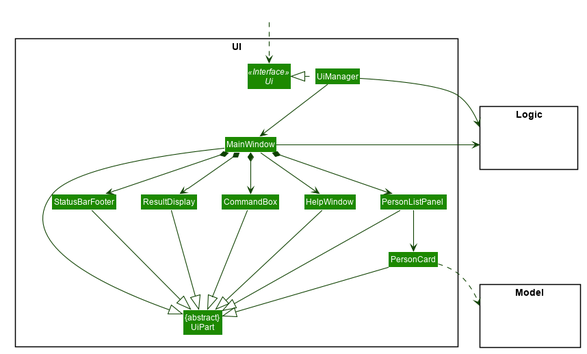
Earlier version of the PlantUML export docs/images/UiClassDiagram.png (nus-cs2103-AY1920S2/addressbook-level3).
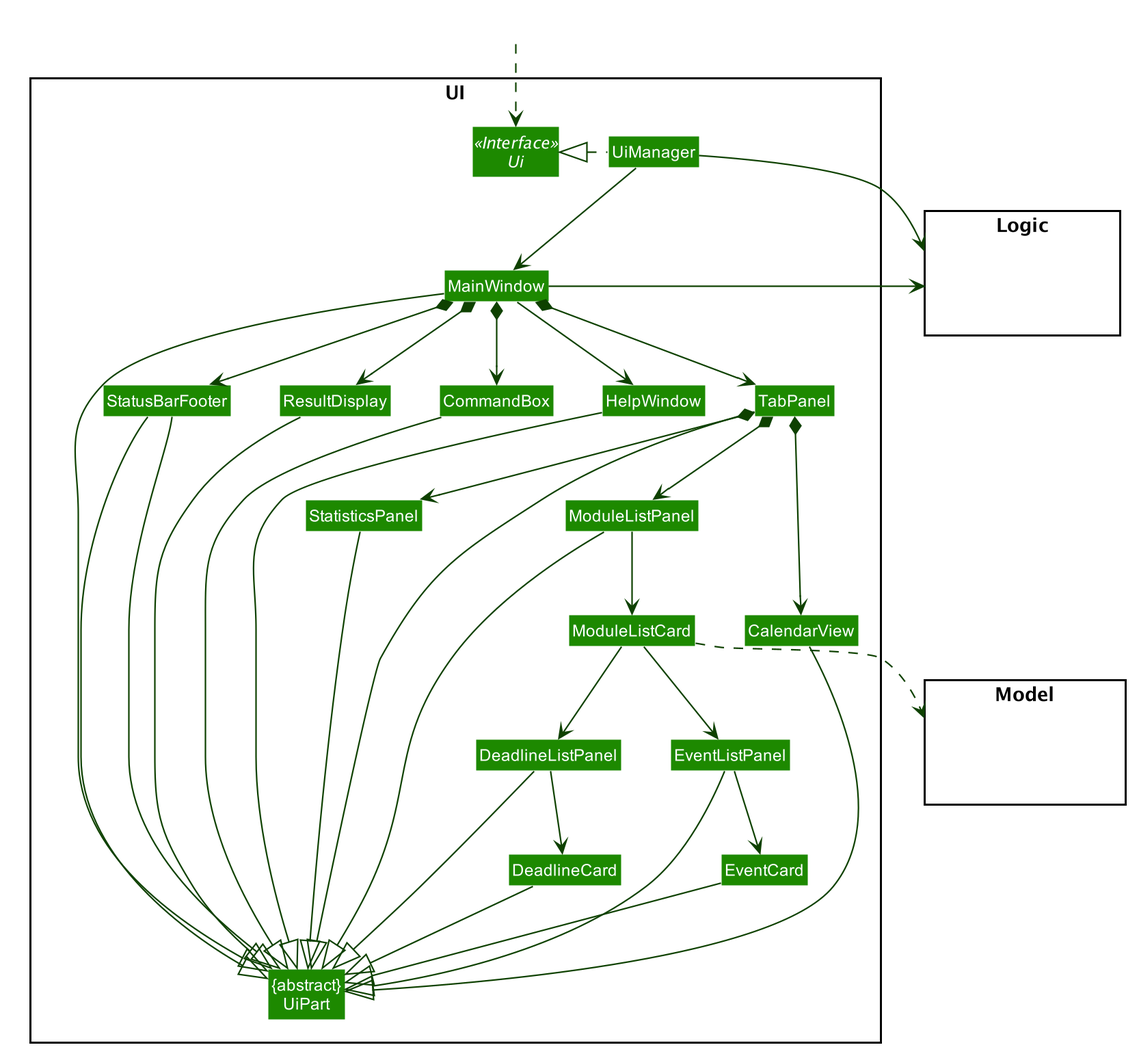
After the change.

What changed in the source:
```diff
@@ -58,10 +58,17 @@
 Class MainWindow
 Class HelpWindow
 Class ResultDisplay
-Class PersonListPanel
-Class PersonCard
+Class TabPanel
+Class ModuleListPanel
+Class CalendarView
+Class StatisticsPanel
+Class ModuleListCard
 Class StatusBarFooter
 Class CommandBox
+Class DeadlineCard
+Class DeadlineListPanel
+Class EventCard
+Class EventListPanel
 }
 
 package Model <<Rectangle>> {
@@ -80,25 +87,43 @@
 MainWindow --> HelpWindow
 MainWindow *-down-> CommandBox
 MainWindow *-down-> ResultDisplay
-MainWindow *-down-> PersonListPanel
+MainWindow *-down-> TabPanel
 MainWindow *-down-> StatusBarFooter
 
-PersonListPanel -down-> PersonCard
+
+TabPanel *-down-> CalendarView
+TabPanel *-down-> StatisticsPanel
+TabPanel *-down-> ModuleListPanel
+
+ModuleListPanel -down-> ModuleListCard
+
+
+ModuleListCard -down-> DeadlineListPanel
+ModuleListCard -down-> EventListPanel
+
+DeadlineListPanel -down-> DeadlineCard
+EventListPanel -down-> EventCard
 
 MainWindow -left-|> UiPart
-
+ModuleListPanel  --|> UiPart
+TabPanel --|> UiPart
 ResultDisplay --|> UiPart
 CommandBox --|> UiPart
-PersonListPanel --|> UiPart
-PersonCard --|> UiPart
+StatisticsPanel --|> UiPart
+CalendarView--|> UiPart
+StatusBarFooter --|> UiPart
+DeadlineListPanel --|> UiPart
+DeadlineCard --|> UiPart
+EventCard --|> UiPart
+EventListPanel--|> UiPart
 StatusBarFooter --|> UiPart
 HelpWindow -down-|> UiPart
 
-PersonCard ..> Model
+ModuleListCard ..> Model
 UiManager -right-> Logic
 MainWindow -left-> Logic
 
-PersonListPanel -[hidden]left- HelpWindow
+TabPanel -[hidden]left- HelpWindow
 HelpWindow -[hidden]left- CommandBox
 CommandBox -[hidden]left- ResultDisplay
 ResultDisplay -[hidden]left- StatusBarFooter
```
